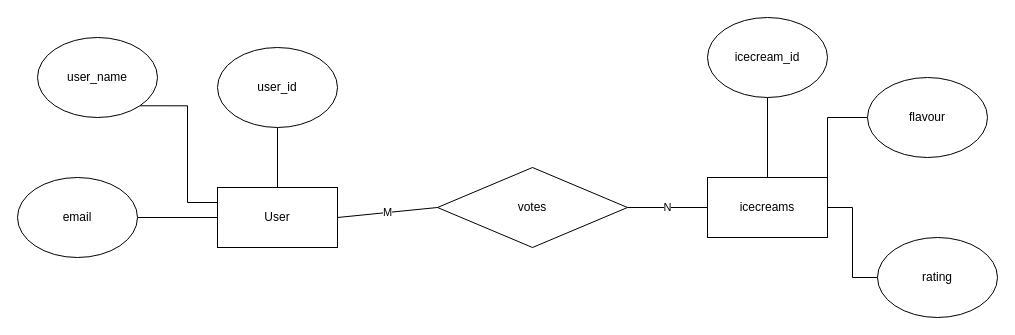
JoakimVanstrom/cold-and-yammi keeps this draw.io diagram as diagram/icecreams.drawio. Above is the earlier version. Source tidied: cells renumbered, new cells numbered last; positions are measured from the earlier drawing's top-left corner, leaving out a move shared by most shapes. Both pictures are drawn from the tidied source at 100%, with x=0, y=0 at pixel (17, 17).
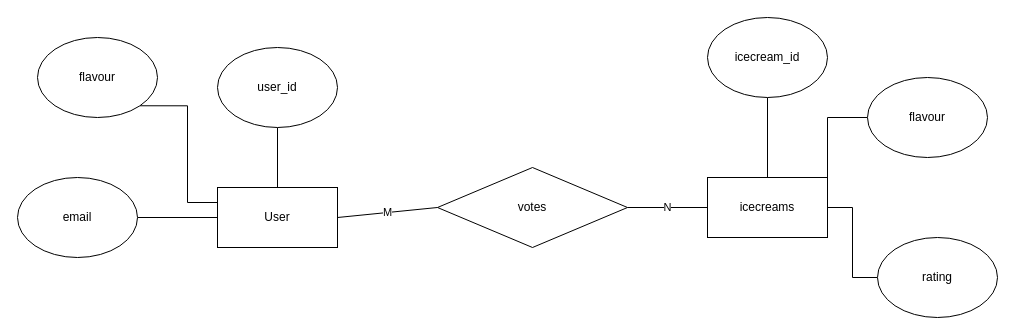
The same diagram, later.

Change to the diagram source:
```diff
@@
 <mxGraphModel>
   <root>
     <mxCell id="0" />
     <mxCell id="1" parent="0" />
     <mxCell id="2" value="N" style="edgeStyle=orthogonalEdgeStyle;rounded=0;jettySize=auto;html=1;exitX=1;exitY=0.5;exitDx=0;exitDy=0;entryX=0;entryY=0.5;entryDx=0;entryDy=0;endArrow=none;endFill=0;" parent="1" edge="1" source="3" target="6">
       <mxGeometry relative="1" as="geometry" />
     </mxCell>
     <mxCell id="3" value="votes" style="rhombus;whiteSpace=wrap;html=1;" parent="1" vertex="1">
       <mxGeometry x="420" y="150" width="190" height="80" as="geometry" />
     </mxCell>
     <mxCell id="4" style="edgeStyle=orthogonalEdgeStyle;rounded=0;jettySize=auto;html=1;endArrow=none;endFill=0;" parent="1" edge="1" source="5" target="15">
       <mxGeometry relative="1" as="geometry" />
     </mxCell>
     <mxCell id="5" value="User" style="rounded=0;whiteSpace=wrap;html=1;" parent="1" vertex="1">
       <mxGeometry x="200" y="170" width="120" height="60" as="geometry" />
     </mxCell>
     <mxCell id="6" value="icecreams" style="rounded=0;whiteSpace=wrap;html=1;" parent="1" vertex="1">
       <mxGeometry x="690" y="160" width="120" height="60" as="geometry" />
     </mxCell>
     <mxCell id="7" style="edgeStyle=orthogonalEdgeStyle;rounded=0;jettySize=auto;html=1;exitX=0.5;exitY=1;exitDx=0;exitDy=0;entryX=0.5;entryY=0;entryDx=0;entryDy=0;endArrow=none;endFill=0;" parent="1" edge="1" source="8" target="6">
       <mxGeometry relative="1" as="geometry" />
     </mxCell>
     <mxCell id="8" value="icecream_id" style="ellipse;whiteSpace=wrap;html=1;" parent="1" vertex="1">
       <mxGeometry x="690" width="120" height="80" as="geometry" />
     </mxCell>
     <mxCell id="9" style="edgeStyle=orthogonalEdgeStyle;rounded=0;jettySize=auto;html=1;entryX=0.5;entryY=0;entryDx=0;entryDy=0;endArrow=none;endFill=0;" parent="1" edge="1" source="10" target="5">
       <mxGeometry relative="1" as="geometry" />
     </mxCell>
     <mxCell id="10" value="user_id" style="ellipse;whiteSpace=wrap;html=1;" parent="1" vertex="1">
       <mxGeometry x="200" y="30" width="120" height="80" as="geometry" />
     </mxCell>
     <mxCell id="11" style="edgeStyle=orthogonalEdgeStyle;rounded=0;jettySize=auto;html=1;exitX=0;exitY=0.5;exitDx=0;exitDy=0;entryX=1;entryY=0;entryDx=0;entryDy=0;endArrow=none;endFill=0;" parent="1" edge="1" source="12" target="6">
       <mxGeometry relative="1" as="geometry" />
     </mxCell>
     <mxCell id="12" value="flavour" style="ellipse;whiteSpace=wrap;html=1;" parent="1" vertex="1">
       <mxGeometry x="850" y="60" width="120" height="80" as="geometry" />
     </mxCell>
     <mxCell id="13" style="edgeStyle=orthogonalEdgeStyle;rounded=0;jettySize=auto;html=1;exitX=0;exitY=0.5;exitDx=0;exitDy=0;endArrow=none;endFill=0;" parent="1" edge="1" source="14" target="6">
       <mxGeometry relative="1" as="geometry" />
     </mxCell>
     <mxCell id="14" value="rating" style="ellipse;whiteSpace=wrap;html=1;" parent="1" vertex="1">
       <mxGeometry x="860" y="220" width="120" height="80" as="geometry" />
     </mxCell>
     <mxCell id="15" value="email" style="ellipse;whiteSpace=wrap;html=1;" parent="1" vertex="1">
       <mxGeometry y="160" width="120" height="80" as="geometry" />
     </mxCell>
     <mxCell id="16" style="edgeStyle=orthogonalEdgeStyle;rounded=0;jettySize=auto;html=1;exitX=1;exitY=1;exitDx=0;exitDy=0;entryX=0;entryY=0.25;entryDx=0;entryDy=0;endArrow=none;endFill=0;" parent="1" edge="1" source="17" target="5">
       <mxGeometry relative="1" as="geometry" />
     </mxCell>
-    <mxCell id="17" value="user_name" style="ellipse;whiteSpace=wrap;html=1;" parent="1" vertex="1">
+    <mxCell id="17" value="flavour" style="ellipse;whiteSpace=wrap;html=1;" parent="1" vertex="1">
       <mxGeometry x="20" y="20" width="120" height="80" as="geometry" />
     </mxCell>
     <mxCell id="18" value="M" style="endArrow=none;html=1;rounded=0;exitX=1;exitY=0.5;exitDx=0;exitDy=0;entryX=0;entryY=0.5;entryDx=0;entryDy=0;" parent="1" edge="1" source="5" target="3">
       <mxGeometry relative="1" as="geometry" />
     </mxCell>
   </root>
 </mxGraphModel>
```
